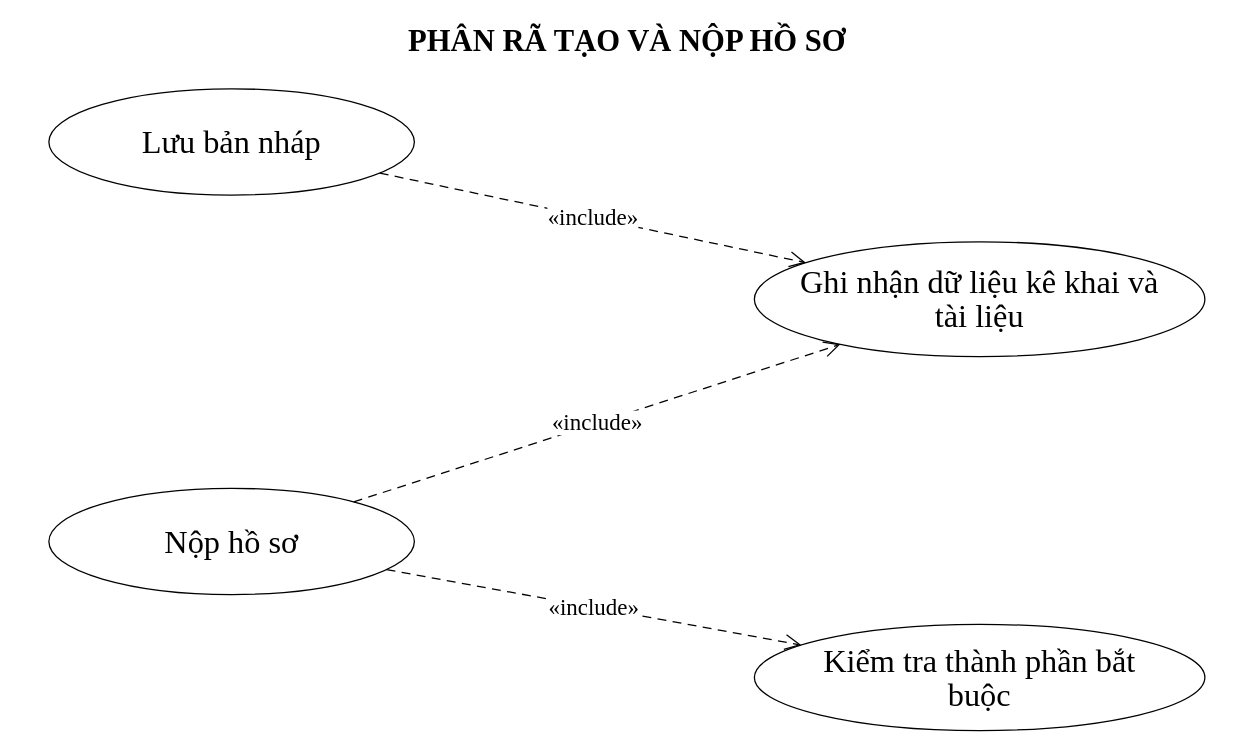
This is 03_So_do_Drawio/02_Use_Case/Hinh_2_03_Phan_ra_UC02_Tao_va_nop_ho_so.drawio from truonggiabao24072005-stack/CIV-01-Cong-Mot-Cua, a draw.io file, before an edit. Source tidied: cells renumbered, new cells numbered last; positions are measured from the earlier drawing's top-left corner, leaving out a move shared by most shapes. Both pictures are drawn from the tidied source at 85%, with x=0, y=0 at pixel (14, 14).
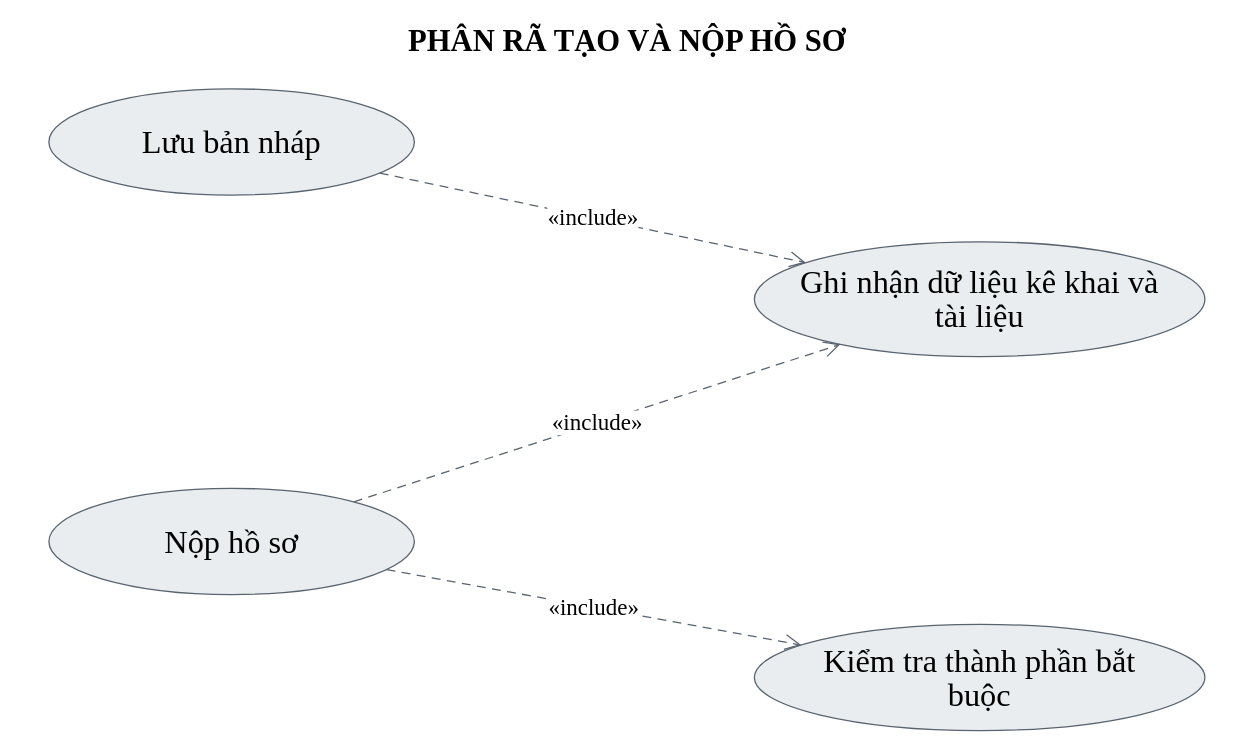
After the change.

Diff of the diagram source:
```diff
@@
 <mxGraphModel>
   <root>
     <mxCell id="0" />
     <mxCell id="1" parent="0" />
     <mxCell id="2" value="PHÂN RÃ TẠO VÀ NỘP HỒ SƠ" style="text;html=1;align=center;verticalAlign=middle;fontFamily=Times New Roman;fontSize=36;fontStyle=1;fontColor=#000000;strokeColor=none;fillColor=none;" parent="1" vertex="1">
       <mxGeometry width="1440" height="61" as="geometry" />
     </mxCell>
-    <mxCell id="3" value="&lt;div style=&quot;line-height:1.05;&quot;&gt;Lưu bản nháp&lt;/div&gt;" style="ellipse;whiteSpace=wrap;html=1;spacing=10;fontStyle=0;fillColor=#FFFFFF;strokeColor=#000000;strokeWidth=1.5;fontColor=#000000;fontFamily=Times New Roman;fontSize=38;" parent="1" vertex="1">
+    <mxCell id="3" value="&lt;div style=&quot;line-height:1.05;&quot;&gt;Lưu bản nháp&lt;/div&gt;" style="ellipse;whiteSpace=wrap;html=1;spacing=10;fontStyle=0;fillColor=#E9EDF0;strokeColor=#59636E;strokeWidth=1.5;fontColor=#000000;fontFamily=Times New Roman;fontSize=38;" parent="1" vertex="1">
       <mxGeometry x="40" y="87" width="430" height="125" as="geometry" />
     </mxCell>
-    <mxCell id="4" value="&lt;div style=&quot;line-height:1.05;&quot;&gt;Nộp hồ sơ&lt;/div&gt;" style="ellipse;whiteSpace=wrap;html=1;spacing=10;fontStyle=0;fillColor=#FFFFFF;strokeColor=#000000;strokeWidth=1.5;fontColor=#000000;fontFamily=Times New Roman;fontSize=38;" parent="1" vertex="1">
+    <mxCell id="4" value="&lt;div style=&quot;line-height:1.05;&quot;&gt;Nộp hồ sơ&lt;/div&gt;" style="ellipse;whiteSpace=wrap;html=1;spacing=10;fontStyle=0;fillColor=#E9EDF0;strokeColor=#59636E;strokeWidth=1.5;fontColor=#000000;fontFamily=Times New Roman;fontSize=38;" parent="1" vertex="1">
       <mxGeometry x="40" y="557" width="430" height="125" as="geometry" />
     </mxCell>
-    <mxCell id="5" value="&lt;div style=&quot;line-height:1.05;&quot;&gt;Ghi nhận dữ liệu kê khai và&lt;br&gt;tài liệu&lt;/div&gt;" style="ellipse;whiteSpace=wrap;html=1;spacing=10;fontStyle=0;fillColor=#FFFFFF;strokeColor=#000000;strokeWidth=1.5;fontColor=#000000;fontFamily=Times New Roman;fontSize=38;" parent="1" vertex="1">
+    <mxCell id="5" value="&lt;div style=&quot;line-height:1.05;&quot;&gt;Ghi nhận dữ liệu kê khai và&lt;br&gt;tài liệu&lt;/div&gt;" style="ellipse;whiteSpace=wrap;html=1;spacing=10;fontStyle=0;fillColor=#E9EDF0;strokeColor=#59636E;strokeWidth=1.5;fontColor=#000000;fontFamily=Times New Roman;fontSize=38;" parent="1" vertex="1">
       <mxGeometry x="870" y="267" width="530" height="135" as="geometry" />
     </mxCell>
-    <mxCell id="6" value="&lt;div style=&quot;line-height:1.05;&quot;&gt;Kiểm tra thành phần bắt&lt;br&gt;buộc&lt;/div&gt;" style="ellipse;whiteSpace=wrap;html=1;spacing=10;fontStyle=0;fillColor=#FFFFFF;strokeColor=#000000;strokeWidth=1.5;fontColor=#000000;fontFamily=Times New Roman;fontSize=38;" parent="1" vertex="1">
+    <mxCell id="6" value="&lt;div style=&quot;line-height:1.05;&quot;&gt;Kiểm tra thành phần bắt&lt;br&gt;buộc&lt;/div&gt;" style="ellipse;whiteSpace=wrap;html=1;spacing=10;fontStyle=0;fillColor=#E9EDF0;strokeColor=#59636E;strokeWidth=1.5;fontColor=#000000;fontFamily=Times New Roman;fontSize=38;" parent="1" vertex="1">
       <mxGeometry x="870" y="717" width="530" height="125" as="geometry" />
     </mxCell>
-    <mxCell id="7" value="&lt;div style=&quot;line-height:1.05;&quot;&gt;«include»&lt;/div&gt;" style="html=1;rounded=0;endArrow=open;endSize=16;endFill=0;startArrow=none;dashed=1;dashPattern=7 5;strokeWidth=1.5;strokeColor=#000000;exitX=0.905155;exitY=0.793001;entryX=0.114377;entryY=0.181731;exitPerimeter=0;entryPerimeter=0;labelWidth=128;fontSize=27;fontFamily=Times New Roman;fontColor=#000000;labelBackgroundColor=#FFFFFF;" parent="1" edge="1" source="3" target="5">
+    <mxCell id="7" value="&lt;div style=&quot;line-height:1.05;&quot;&gt;«include»&lt;/div&gt;" style="html=1;rounded=0;endArrow=open;endSize=16;endFill=0;startArrow=none;dashed=1;dashPattern=7 5;strokeWidth=1.5;strokeColor=#59636E;exitX=0.905155;exitY=0.793001;entryX=0.114377;entryY=0.181731;exitPerimeter=0;entryPerimeter=0;labelWidth=128;fontSize=27;fontFamily=Times New Roman;fontColor=#000000;labelBackgroundColor=#FFFFFF;" parent="1" edge="1" source="3" target="5">
       <mxGeometry relative="1" as="geometry" />
     </mxCell>
-    <mxCell id="8" value="&lt;div style=&quot;line-height:1.05;&quot;&gt;«include»&lt;/div&gt;" style="html=1;rounded=0;endArrow=open;endSize=16;endFill=0;startArrow=none;dashed=1;dashPattern=7 5;strokeWidth=1.5;strokeColor=#000000;exitX=0.833987;exitY=0.127908;entryX=0.190900;entryY=0.893010;exitPerimeter=0;entryPerimeter=0;labelWidth=128;fontSize=27;fontFamily=Times New Roman;fontColor=#000000;labelBackgroundColor=#FFFFFF;" parent="1" edge="1" source="4" target="5">
+    <mxCell id="8" value="&lt;div style=&quot;line-height:1.05;&quot;&gt;«include»&lt;/div&gt;" style="html=1;rounded=0;endArrow=open;endSize=16;endFill=0;startArrow=none;dashed=1;dashPattern=7 5;strokeWidth=1.5;strokeColor=#59636E;exitX=0.833987;exitY=0.127908;entryX=0.190900;entryY=0.893010;exitPerimeter=0;entryPerimeter=0;labelWidth=128;fontSize=27;fontFamily=Times New Roman;fontColor=#000000;labelBackgroundColor=#FFFFFF;" parent="1" edge="1" source="4" target="5">
       <mxGeometry relative="1" as="geometry" />
     </mxCell>
-    <mxCell id="9" value="&lt;div style=&quot;line-height:1.05;&quot;&gt;«include»&lt;/div&gt;" style="html=1;rounded=0;endArrow=open;endSize=16;endFill=0;startArrow=none;dashed=1;dashPattern=7 5;strokeWidth=1.5;strokeColor=#000000;exitX=0.923913;exitY=0.765138;entryX=0.104009;entryY=0.194727;exitPerimeter=0;entryPerimeter=0;labelWidth=128;fontSize=27;fontFamily=Times New Roman;fontColor=#000000;labelBackgroundColor=#FFFFFF;" parent="1" edge="1" source="4" target="6">
+    <mxCell id="9" value="&lt;div style=&quot;line-height:1.05;&quot;&gt;«include»&lt;/div&gt;" style="html=1;rounded=0;endArrow=open;endSize=16;endFill=0;startArrow=none;dashed=1;dashPattern=7 5;strokeWidth=1.5;strokeColor=#59636E;exitX=0.923913;exitY=0.765138;entryX=0.104009;entryY=0.194727;exitPerimeter=0;entryPerimeter=0;labelWidth=128;fontSize=27;fontFamily=Times New Roman;fontColor=#000000;labelBackgroundColor=#FFFFFF;" parent="1" edge="1" source="4" target="6">
       <mxGeometry relative="1" as="geometry" />
     </mxCell>
   </root>
 </mxGraphModel>
```
